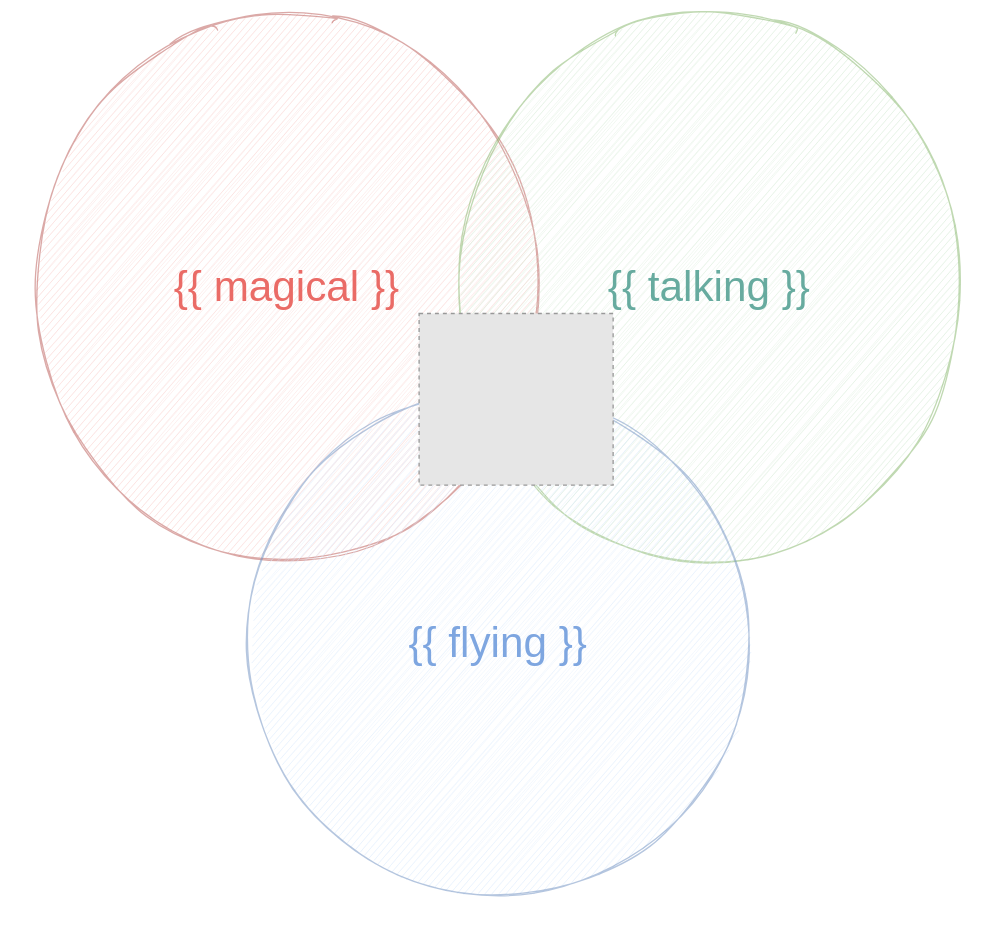
The draw.io diagram docs/rdfs/class/classes.drawio in octadocs/octadocs, before the edit. Source tidied: cells renumbered, new cells numbered last; positions are measured from the earlier drawing's top-left corner, leaving out a move shared by most shapes. Both pictures are drawn from the tidied source at 132%, with x=0, y=0 at pixel (22, 22). Pictures stored in the file or linked from it are replaced by grey dashed boxes.
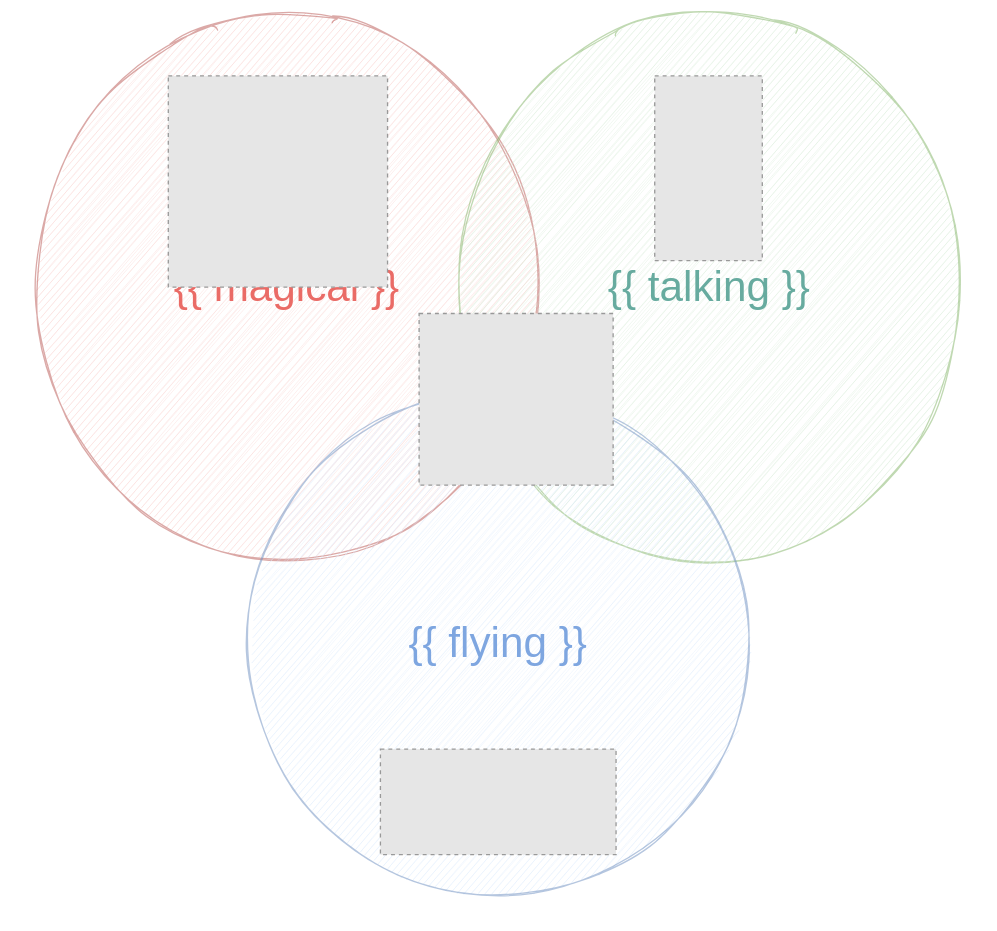
After the change.

Commit message (it also covers changes not shown here):
Finish classes picture

Diff of the diagram source:
```diff
@@
 <mxGraphModel>
   <root>
     <mxCell id="0" />
     <mxCell id="1" parent="0" />
     <mxCell id="2" value="{{ magical }}" style="ellipse;whiteSpace=wrap;shadow=0;sketch=1;opacity=50;fillColor=#f8cecc;strokeColor=#b85450;fontSize=32;fontColor=#EA6B66;" parent="1" vertex="1">
       <mxGeometry width="400" height="400" as="geometry" />
     </mxCell>
     <mxCell id="3" value="{{ talking }}" style="ellipse;whiteSpace=wrap;shadow=0;sketch=1;opacity=50;fillColor=#d5e8d4;strokeColor=#82b366;fontSize=32;fontColor=#67AB9F;" parent="1" vertex="1">
       <mxGeometry x="320" width="400" height="400" as="geometry" />
     </mxCell>
     <mxCell id="4" value="{{ flying }}" style="ellipse;whiteSpace=wrap;shadow=0;sketch=1;opacity=50;fillColor=#dae8fc;strokeColor=#6c8ebf;fontSize=32;fontColor=#7EA6E0;" parent="1" vertex="1">
       <mxGeometry x="160" y="270" width="400" height="400" as="geometry" />
     </mxCell>
     <mxCell id="5" style="fillColor=#E6E6E6;strokeColor=#999999;dashed=1;verticalLabelPosition=bottom;verticalAlign=top;" parent="1" vertex="1">
       <mxGeometry x="300" y="220" width="147" height="130" as="geometry" />
     </mxCell>
+    <mxCell id="6" style="fillColor=#E6E6E6;strokeColor=#999999;dashed=1;verticalLabelPosition=bottom;verticalAlign=top;" parent="1" vertex="1">
+      <mxGeometry x="270.7" y="550" width="178.5" height="80" as="geometry" />
+    </mxCell>
+    <mxCell id="7" style="fillColor=#E6E6E6;strokeColor=#999999;dashed=1;verticalLabelPosition=bottom;verticalAlign=top;" parent="1" vertex="1">
+      <mxGeometry x="110" y="40" width="166.1" height="160" as="geometry" />
+    </mxCell>
+    <mxCell id="8" style="fillColor=#E6E6E6;strokeColor=#999999;dashed=1;verticalLabelPosition=bottom;verticalAlign=top;" parent="1" vertex="1">
+      <mxGeometry x="478.5" y="40" width="81.5" height="140" as="geometry" />
+    </mxCell>
   </root>
 </mxGraphModel>
```
